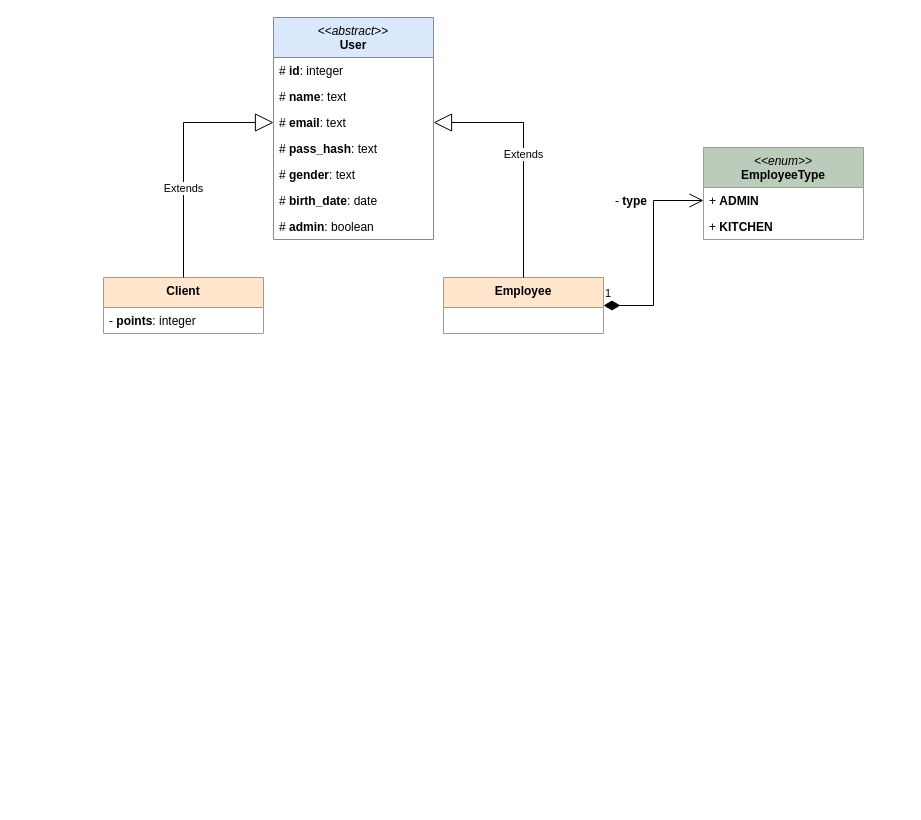
Before: editables/data-models-mypastry-P.D.W.drawio in Joaquim-Claudio/MyPastry_PROJETO-WEB-2023-2024, a draw.io diagram. Source tidied: cells renumbered, new cells numbered last; positions are measured from the earlier drawing's top-left corner, leaving out a move shared by most shapes. Both pictures are drawn from the tidied source at 100%, with x=0, y=0 at pixel (103, 17).
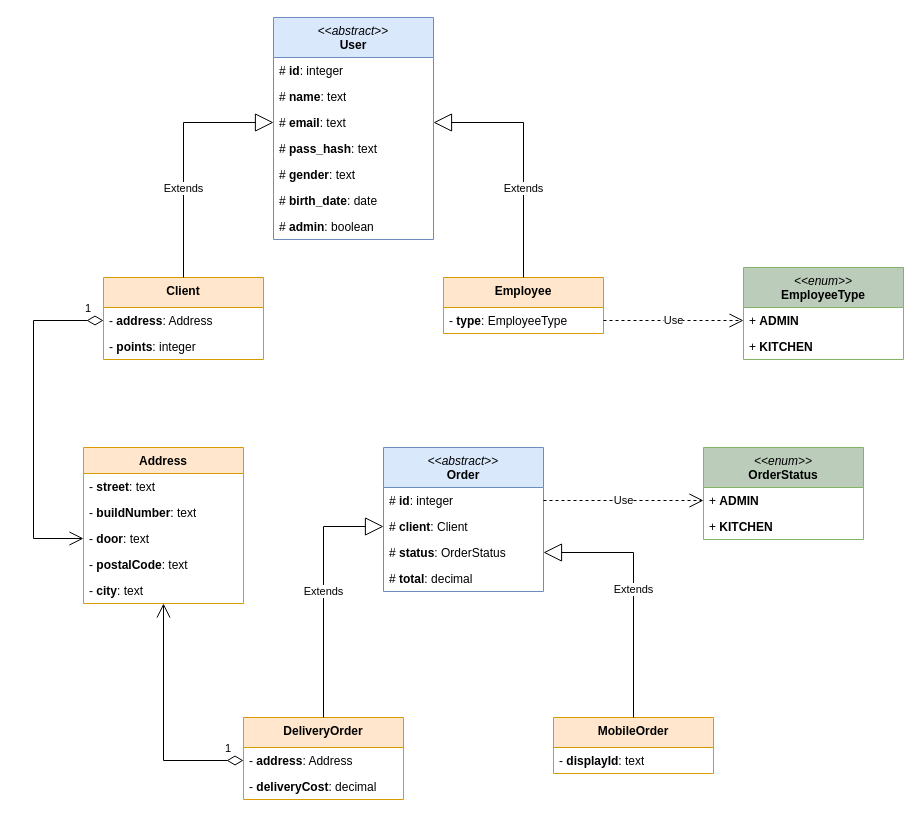
The same diagram, later.

Unchanged cells that the change refers to:
```xml
<mxCell id="5" value="#&amp;nbsp;&lt;b&gt;email&lt;/b&gt;: text" style="text;strokeColor=none;fillColor=none;align=left;verticalAlign=top;spacingLeft=4;spacingRight=4;overflow=hidden;points=[[0,0.5],[1,0.5]];portConstraint=eastwest;whiteSpace=wrap;html=1;" parent="2" vertex="1">
  <mxGeometry y="92" width="160" height="26" as="geometry" />
</mxCell>
<mxCell id="12" value="Employee" style="swimlane;fontStyle=1;align=center;verticalAlign=top;horizontal=1;startSize=30;whiteSpace=wrap;html=1;fillColor=#ffe6cc;strokeColor=#d79b00;" parent="1" vertex="1">
  <mxGeometry x="340" y="260" width="160" height="56" as="geometry" />
</mxCell>
<mxCell id="16" value="+ &lt;b&gt;ADMIN&lt;/b&gt;" style="text;strokeColor=none;fillColor=none;align=left;verticalAlign=top;spacingLeft=4;spacingRight=4;overflow=hidden;points=[[0,0.5],[1,0.5]];portConstraint=eastwest;whiteSpace=wrap;html=1;" parent="15" vertex="1">
  <mxGeometry y="40" width="160" height="26" as="geometry" />
</mxCell>
```

What changed in the source:
```diff
@@
     <mxCell id="10" value="Client" style="swimlane;fontStyle=1;align=center;verticalAlign=top;horizontal=1;startSize=30;whiteSpace=wrap;html=1;fillColor=#ffe6cc;strokeColor=#d79b00;" parent="1" vertex="1">
-      <mxGeometry y="260" width="160" height="56" as="geometry" />
+      <mxGeometry y="260" width="160" height="82" as="geometry" />
     </mxCell>
+    <mxCell id="20" value="- &lt;b&gt;address&lt;/b&gt;: Address" style="text;strokeColor=none;fillColor=none;align=left;verticalAlign=top;spacingLeft=4;spacingRight=4;overflow=hidden;points=[[0,0.5],[1,0.5]];portConstraint=eastwest;whiteSpace=wrap;html=1;" parent="10" vertex="1">
+      <mxGeometry y="30" width="160" height="26" as="geometry" />
+    </mxCell>
     <mxCell id="11" value="-&amp;nbsp;&lt;b&gt;points&lt;/b&gt;: integer" style="text;strokeColor=none;fillColor=none;align=left;verticalAlign=top;spacingLeft=4;spacingRight=4;overflow=hidden;whiteSpace=wrap;html=1;" parent="10" vertex="1">
-      <mxGeometry y="30" width="160" height="26" as="geometry" />
+      <mxGeometry y="56" width="160" height="26" as="geometry" />
     </mxCell>
@@
+    <mxCell id="21" value="- &lt;b&gt;type&lt;/b&gt;: EmployeeType" style="text;strokeColor=none;fillColor=none;align=left;verticalAlign=top;spacingLeft=4;spacingRight=4;overflow=hidden;points=[[0,0.5],[1,0.5]];portConstraint=eastwest;whiteSpace=wrap;html=1;" parent="12" vertex="1">
+      <mxGeometry y="30" width="160" height="26" as="geometry" />
+    </mxCell>
@@
     <mxCell id="14" value="Extends" style="endArrow=block;endSize=16;endFill=0;html=1;rounded=0;exitX=0.5;exitY=0;exitDx=0;exitDy=0;entryX=1;entryY=0.5;entryDx=0;entryDy=0;" parent="1" edge="1" source="12" target="5">
-      <mxGeometry relative="1" as="geometry">
+      <mxGeometry x="-0.27" relative="1" as="geometry">
         <Array as="points">
           <mxPoint x="420" y="105" />
         </Array>
       </mxGeometry>
     </mxCell>
     <mxCell id="15" value="&lt;div&gt;&lt;i style=&quot;font-weight: normal;&quot;&gt;&amp;lt;&amp;lt;enum&amp;gt;&amp;gt;&lt;/i&gt;&lt;/div&gt;EmployeeType" style="swimlane;fontStyle=1;align=center;verticalAlign=top;horizontal=1;startSize=40;whiteSpace=wrap;html=1;fillColor=#BBCCBA;strokeColor=#82b366;" parent="1" vertex="1">
-      <mxGeometry x="600" y="130" width="160" height="92" as="geometry" />
+      <mxGeometry x="640" y="250" width="160" height="92" as="geometry" />
     </mxCell>
@@
-    <mxCell id="18" value="1" style="endArrow=open;html=1;endSize=12;startArrow=diamondThin;startSize=14;startFill=1;edgeStyle=orthogonalEdgeStyle;align=left;verticalAlign=bottom;rounded=0;exitX=1;exitY=0.5;exitDx=0;exitDy=0;entryX=0;entryY=0.5;entryDx=0;entryDy=0;" parent="1" edge="1" source="12" target="16">
-      <mxGeometry x="-1" y="3" relative="1" as="geometry" />
-    </mxCell>
-    <mxCell id="19" value="- &lt;b&gt;type&lt;/b&gt;" style="text;strokeColor=none;fillColor=none;align=left;verticalAlign=top;spacingLeft=4;spacingRight=4;overflow=hidden;whiteSpace=wrap;html=1;" parent="1" vertex="1">
-      <mxGeometry x="506" y="170" width="60" height="26" as="geometry" />
-    </mxCell>
+    <mxCell id="22" value="&lt;div&gt;&lt;span style=&quot;font-weight: normal;&quot;&gt;&amp;lt;&amp;lt;&lt;i&gt;abstract&lt;/i&gt;&amp;gt;&amp;gt;&lt;/span&gt;&lt;/div&gt;Order" style="swimlane;fontStyle=1;align=center;verticalAlign=top;horizontal=1;startSize=40;whiteSpace=wrap;html=1;fillColor=#dae8fc;strokeColor=#6c8ebf;" parent="1" vertex="1">
+      <mxGeometry x="280" y="430" width="160" height="144" as="geometry" />
+    </mxCell>
+    <mxCell id="23" value="#&amp;nbsp;&lt;b&gt;id&lt;/b&gt;: integer" style="text;strokeColor=none;fillColor=none;align=left;verticalAlign=top;spacingLeft=4;spacingRight=4;overflow=hidden;points=[[0,0.5],[1,0.5]];portConstraint=eastwest;whiteSpace=wrap;html=1;" parent="22" vertex="1">
+      <mxGeometry y="40" width="160" height="26" as="geometry" />
+    </mxCell>
+    <mxCell id="24" value="#&amp;nbsp;&lt;b&gt;client&lt;/b&gt;: Client" style="text;strokeColor=none;fillColor=none;align=left;verticalAlign=top;spacingLeft=4;spacingRight=4;overflow=hidden;points=[[0,0.5],[1,0.5]];portConstraint=eastwest;whiteSpace=wrap;html=1;" parent="22" vertex="1">
+      <mxGeometry y="66" width="160" height="26" as="geometry" />
+    </mxCell>
+    <mxCell id="25" value="#&amp;nbsp;&lt;b&gt;status&lt;/b&gt;: OrderStatus" style="text;strokeColor=none;fillColor=none;align=left;verticalAlign=top;spacingLeft=4;spacingRight=4;overflow=hidden;points=[[0,0.5],[1,0.5]];portConstraint=eastwest;whiteSpace=wrap;html=1;" parent="22" vertex="1">
+      <mxGeometry y="92" width="160" height="26" as="geometry" />
+    </mxCell>
+    <mxCell id="26" value="#&amp;nbsp;&lt;b&gt;total&lt;/b&gt;: decimal" style="text;strokeColor=none;fillColor=none;align=left;verticalAlign=top;spacingLeft=4;spacingRight=4;overflow=hidden;whiteSpace=wrap;html=1;" parent="22" vertex="1">
+      <mxGeometry y="118" width="160" height="26" as="geometry" />
+    </mxCell>
+    <mxCell id="27" value="&lt;div&gt;&lt;i style=&quot;font-weight: normal;&quot;&gt;&amp;lt;&amp;lt;enum&amp;gt;&amp;gt;&lt;/i&gt;&lt;/div&gt;OrderStatus" style="swimlane;fontStyle=1;align=center;verticalAlign=top;horizontal=1;startSize=40;whiteSpace=wrap;html=1;fillColor=#BBCCBA;strokeColor=#82b366;" parent="1" vertex="1">
+      <mxGeometry x="600" y="430" width="160" height="92" as="geometry" />
+    </mxCell>
+    <mxCell id="28" value="+ &lt;b&gt;ADMIN&lt;/b&gt;" style="text;strokeColor=none;fillColor=none;align=left;verticalAlign=top;spacingLeft=4;spacingRight=4;overflow=hidden;points=[[0,0.5],[1,0.5]];portConstraint=eastwest;whiteSpace=wrap;html=1;" parent="27" vertex="1">
+      <mxGeometry y="40" width="160" height="26" as="geometry" />
+    </mxCell>
+    <mxCell id="29" value="+ &lt;b&gt;KITCHEN&lt;/b&gt;" style="text;strokeColor=none;fillColor=none;align=left;verticalAlign=top;spacingLeft=4;spacingRight=4;overflow=hidden;whiteSpace=wrap;html=1;" parent="27" vertex="1">
+      <mxGeometry y="66" width="160" height="26" as="geometry" />
+    </mxCell>
+    <mxCell id="30" value="Address" style="swimlane;fontStyle=1;align=center;verticalAlign=top;horizontal=1;startSize=26;whiteSpace=wrap;html=1;fillColor=#ffe6cc;strokeColor=#d79b00;" parent="1" vertex="1">
+      <mxGeometry x="-20" y="430" width="160" height="156" as="geometry" />
+    </mxCell>
+    <mxCell id="31" value="- &lt;b&gt;street&lt;/b&gt;: text&lt;div&gt;&lt;br&gt;&lt;/div&gt;" style="text;strokeColor=none;fillColor=none;align=left;verticalAlign=top;spacingLeft=4;spacingRight=4;overflow=hidden;whiteSpace=wrap;html=1;" parent="30" vertex="1">
+      <mxGeometry y="26" width="160" height="26" as="geometry" />
+    </mxCell>
+    <mxCell id="32" value="- &lt;b&gt;buildNumber&lt;/b&gt;: text" style="text;strokeColor=none;fillColor=none;align=left;verticalAlign=top;spacingLeft=4;spacingRight=4;overflow=hidden;whiteSpace=wrap;html=1;" parent="30" vertex="1">
+      <mxGeometry y="52" width="160" height="26" as="geometry" />
+    </mxCell>
+    <mxCell id="33" value="- &lt;b&gt;door&lt;/b&gt;: text" style="text;strokeColor=none;fillColor=none;align=left;verticalAlign=top;spacingLeft=4;spacingRight=4;overflow=hidden;points=[[0,0.5],[1,0.5]];portConstraint=eastwest;whiteSpace=wrap;html=1;" parent="30" vertex="1">
+      <mxGeometry y="78" width="160" height="26" as="geometry" />
+    </mxCell>
+    <mxCell id="34" value="- &lt;b&gt;postalCode&lt;/b&gt;: text" style="text;strokeColor=none;fillColor=none;align=left;verticalAlign=top;spacingLeft=4;spacingRight=4;overflow=hidden;whiteSpace=wrap;html=1;" parent="30" vertex="1">
+      <mxGeometry y="104" width="160" height="26" as="geometry" />
+    </mxCell>
+    <mxCell id="35" value="- &lt;b&gt;city&lt;/b&gt;: text" style="text;strokeColor=none;fillColor=none;align=left;verticalAlign=top;spacingLeft=4;spacingRight=4;overflow=hidden;whiteSpace=wrap;html=1;" parent="30" vertex="1">
+      <mxGeometry y="130" width="160" height="26" as="geometry" />
+    </mxCell>
+    <mxCell id="36" value="MobileOrder" style="swimlane;fontStyle=1;align=center;verticalAlign=top;horizontal=1;startSize=30;whiteSpace=wrap;html=1;fillColor=#ffe6cc;strokeColor=#d79b00;" parent="1" vertex="1">
+      <mxGeometry x="450" y="700" width="160" height="56" as="geometry" />
+    </mxCell>
+    <mxCell id="37" value="- &lt;b&gt;displayId&lt;/b&gt;: text" style="text;strokeColor=none;fillColor=none;align=left;verticalAlign=top;spacingLeft=4;spacingRight=4;overflow=hidden;whiteSpace=wrap;html=1;" parent="36" vertex="1">
+      <mxGeometry y="30" width="160" height="26" as="geometry" />
+    </mxCell>
+    <mxCell id="38" value="DeliveryOrder" style="swimlane;fontStyle=1;align=center;verticalAlign=top;horizontal=1;startSize=30;whiteSpace=wrap;html=1;fillColor=#ffe6cc;strokeColor=#d79b00;" parent="1" vertex="1">
+      <mxGeometry x="140" y="700" width="160" height="82" as="geometry" />
+    </mxCell>
+    <mxCell id="39" value="- &lt;b&gt;address&lt;/b&gt;: Address" style="text;strokeColor=none;fillColor=none;align=left;verticalAlign=top;spacingLeft=4;spacingRight=4;overflow=hidden;points=[[0,0.5],[1,0.5]];portConstraint=eastwest;whiteSpace=wrap;html=1;" parent="38" vertex="1">
+      <mxGeometry y="30" width="160" height="26" as="geometry" />
+    </mxCell>
+    <mxCell id="40" value="- &lt;b&gt;deliveryCost&lt;/b&gt;: decimal" style="text;strokeColor=none;fillColor=none;align=left;verticalAlign=top;spacingLeft=4;spacingRight=4;overflow=hidden;whiteSpace=wrap;html=1;" parent="38" vertex="1">
+      <mxGeometry y="56" width="160" height="26" as="geometry" />
+    </mxCell>
+    <mxCell id="41" value="1" style="endArrow=open;html=1;endSize=12;startArrow=diamondThin;startSize=14;startFill=0;edgeStyle=orthogonalEdgeStyle;align=left;verticalAlign=bottom;rounded=0;exitX=0;exitY=0.5;exitDx=0;exitDy=0;entryX=0;entryY=0.5;entryDx=0;entryDy=0;" parent="1" edge="1" source="20" target="33">
+      <mxGeometry x="-0.88" y="-3" relative="1" as="geometry">
+        <Array as="points">
+          <mxPoint x="-70" y="303" />
+          <mxPoint x="-70" y="521" />
+        </Array>
+      </mxGeometry>
+    </mxCell>
+    <mxCell id="42" value="1" style="endArrow=open;html=1;endSize=12;startArrow=diamondThin;startSize=14;startFill=0;edgeStyle=orthogonalEdgeStyle;align=left;verticalAlign=bottom;rounded=0;exitX=0;exitY=0.5;exitDx=0;exitDy=0;entryX=0.5;entryY=1;entryDx=0;entryDy=0;" parent="1" edge="1" source="39" target="30">
+      <mxGeometry x="-0.83" y="-3" relative="1" as="geometry" />
+    </mxCell>
+    <mxCell id="43" value="Extends" style="endArrow=block;endSize=16;endFill=0;html=1;rounded=0;exitX=0.5;exitY=0;exitDx=0;exitDy=0;entryX=0;entryY=0.5;entryDx=0;entryDy=0;" parent="1" edge="1" source="38" target="24">
+      <mxGeometry relative="1" as="geometry">
+        <Array as="points">
+          <mxPoint x="220" y="509" />
+        </Array>
+      </mxGeometry>
+    </mxCell>
+    <mxCell id="44" value="Extends" style="endArrow=block;endSize=16;endFill=0;html=1;rounded=0;exitX=0.5;exitY=0;exitDx=0;exitDy=0;entryX=1;entryY=0.5;entryDx=0;entryDy=0;" parent="1" edge="1" source="36" target="25">
+      <mxGeometry relative="1" as="geometry">
+        <Array as="points">
+          <mxPoint x="530" y="535" />
+        </Array>
+      </mxGeometry>
+    </mxCell>
+    <mxCell id="45" value="Use" style="endArrow=open;endSize=12;dashed=1;html=1;rounded=0;entryX=0;entryY=0.5;entryDx=0;entryDy=0;exitX=1;exitY=0.5;exitDx=0;exitDy=0;" parent="1" edge="1" source="23" target="28">
+      <mxGeometry relative="1" as="geometry" />
+    </mxCell>
+    <mxCell id="46" value="Use" style="endArrow=open;endSize=12;dashed=1;html=1;rounded=0;exitX=1;exitY=0.5;exitDx=0;exitDy=0;entryX=0;entryY=0.5;entryDx=0;entryDy=0;" parent="1" edge="1" source="21" target="16">
+      <mxGeometry relative="1" as="geometry" />
+    </mxCell>
```
